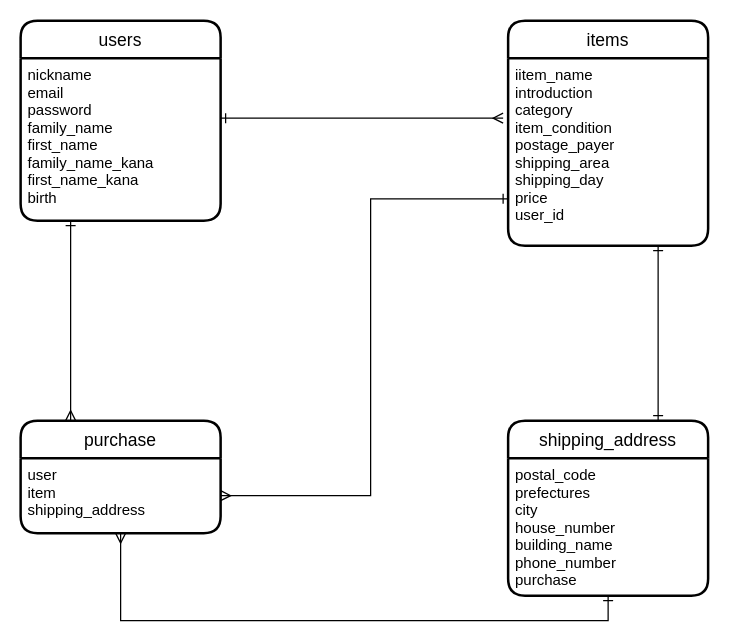
missa0205/furima-32101 keeps this draw.io diagram as furima.dio. Above is the earlier version. Source tidied: cells renumbered, new cells numbered last; positions are measured from the earlier drawing's top-left corner, leaving out a move shared by most shapes. Both pictures are drawn from the tidied source at 125%, with x=0, y=0 at pixel (20, 20).
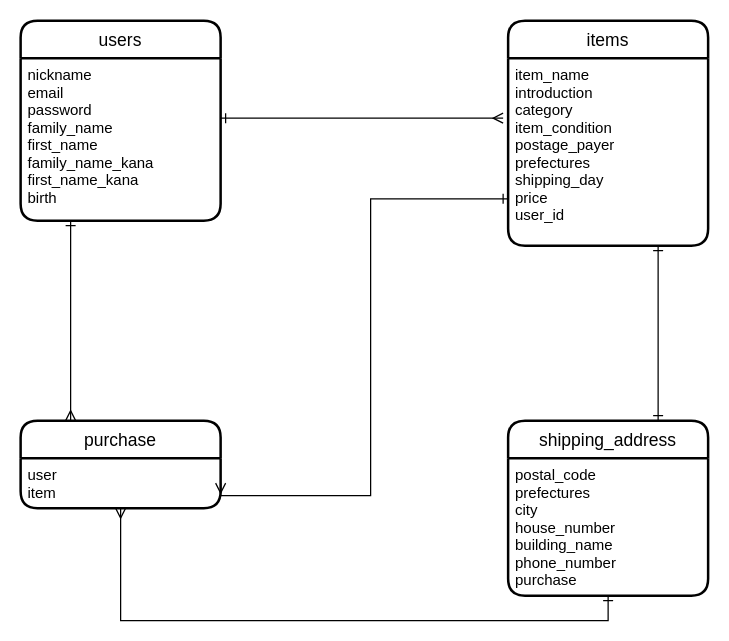
After the change.

Diff of the diagram source:
```diff
@@
 <mxGraphModel>
   <root>
     <mxCell id="0" />
     <mxCell id="1" parent="0" />
     <mxCell id="2" value="users" style="swimlane;horizontal=1;startSize=30;rounded=1;fontSize=14;fontStyle=0;strokeWidth=2;shadow=0;dashed=0;align=center;" parent="1" vertex="1">
       <mxGeometry width="160" height="160" as="geometry" />
     </mxCell>
     <mxCell id="3" value="nickname&#10;email&#10;password&#10;family_name&#10;first_name&#10;family_name_kana&#10;first_name_kana&#10;birth" style="align=left;strokeColor=none;fillColor=none;spacingLeft=4;fontSize=12;verticalAlign=top;" parent="2" vertex="1">
       <mxGeometry y="30" width="160" height="130" as="geometry" />
     </mxCell>
     <mxCell id="4" value="items" style="swimlane;horizontal=1;startSize=30;rounded=1;fontSize=14;fontStyle=0;strokeWidth=2;shadow=0;dashed=0;align=center;" parent="1" vertex="1">
       <mxGeometry x="390" width="160" height="180" as="geometry" />
     </mxCell>
-    <mxCell id="5" value="iitem_name&#10;introduction&#10;category&#10;item_condition&#10;postage_payer&#10;shipping_area&#10;shipping_day&#10;price&#10;user_id&#10;" style="align=left;strokeColor=none;fillColor=none;spacingLeft=4;fontSize=12;verticalAlign=top;" parent="4" vertex="1">
+    <mxCell id="5" value="item_name&#10;introduction&#10;category&#10;item_condition&#10;postage_payer&#10;prefectures&#10;shipping_day&#10;price&#10;user_id&#10;" style="align=left;strokeColor=none;fillColor=none;spacingLeft=4;fontSize=12;verticalAlign=top;" parent="4" vertex="1">
       <mxGeometry y="30" width="160" height="150" as="geometry" />
     </mxCell>
     <mxCell id="6" style="edgeStyle=entityRelationEdgeStyle;fontSize=12;html=1;endArrow=ERmany;entryX=-0.025;entryY=0.32;entryDx=0;entryDy=0;entryPerimeter=0;startArrow=ERone;startFill=0;endFill=0;" parent="1" edge="1" target="5">
       <mxGeometry relative="1" as="geometry">
         <mxPoint x="160" y="78" as="sourcePoint" />
       </mxGeometry>
     </mxCell>
     <mxCell id="7" style="edgeStyle=orthogonalEdgeStyle;rounded=0;jettySize=auto;html=1;entryX=0.25;entryY=0;entryDx=0;entryDy=0;startArrow=ERone;startFill=0;endArrow=ERmany;endFill=0;" parent="1" edge="1" source="3" target="8">
       <mxGeometry relative="1" as="geometry">
         <Array as="points">
           <mxPoint x="40" y="170" />
           <mxPoint x="40" y="170" />
         </Array>
       </mxGeometry>
     </mxCell>
     <mxCell id="8" value="purchase" style="swimlane;horizontal=1;startSize=30;rounded=1;fontSize=14;fontStyle=0;strokeWidth=2;shadow=0;dashed=0;align=center;" parent="1" vertex="1">
-      <mxGeometry y="320" width="160" height="90" as="geometry" />
+      <mxGeometry y="320" width="160" height="70" as="geometry" />
     </mxCell>
-    <mxCell id="9" value="user&#10;item&#10;shipping_address" style="align=left;strokeColor=none;fillColor=none;spacingLeft=4;fontSize=12;verticalAlign=top;" parent="8" vertex="1">
-      <mxGeometry y="30" width="160" height="60" as="geometry" />
+    <mxCell id="9" value="user&#10;item" style="align=left;strokeColor=none;fillColor=none;spacingLeft=4;fontSize=12;verticalAlign=top;" parent="8" vertex="1">
+      <mxGeometry y="30" width="160" height="40" as="geometry" />
     </mxCell>
     <mxCell id="10" style="edgeStyle=orthogonalEdgeStyle;rounded=0;jettySize=auto;html=1;exitX=0.75;exitY=0;exitDx=0;exitDy=0;entryX=0.75;entryY=1;entryDx=0;entryDy=0;startArrow=ERone;startFill=0;endArrow=ERone;endFill=0;" parent="1" edge="1" source="11" target="5">
       <mxGeometry relative="1" as="geometry" />
     </mxCell>
     <mxCell id="11" value="shipping_address" style="swimlane;horizontal=1;startSize=30;rounded=1;fontSize=14;fontStyle=0;strokeWidth=2;shadow=0;dashed=0;align=center;" parent="1" vertex="1">
       <mxGeometry x="390" y="320" width="160" height="140" as="geometry" />
     </mxCell>
     <mxCell id="12" value="postal_code&#10;prefectures&#10;city&#10;house_number&#10;building_name&#10;phone_number&#10;purchase" style="align=left;strokeColor=none;fillColor=none;spacingLeft=4;fontSize=12;verticalAlign=top;" parent="11" vertex="1">
       <mxGeometry y="30" width="160" height="110" as="geometry" />
     </mxCell>
     <mxCell id="13" style="edgeStyle=orthogonalEdgeStyle;rounded=0;jettySize=auto;html=1;exitX=1;exitY=0.5;exitDx=0;exitDy=0;entryX=0;entryY=0.75;entryDx=0;entryDy=0;startArrow=ERmany;startFill=0;endArrow=ERone;endFill=0;" parent="1" edge="1" source="9" target="5">
       <mxGeometry relative="1" as="geometry">
         <Array as="points">
           <mxPoint x="280" y="380" />
           <mxPoint x="280" y="143" />
         </Array>
       </mxGeometry>
     </mxCell>
     <mxCell id="14" style="edgeStyle=orthogonalEdgeStyle;rounded=0;jettySize=auto;html=1;exitX=0.5;exitY=1;exitDx=0;exitDy=0;entryX=0.5;entryY=1;entryDx=0;entryDy=0;startArrow=ERone;startFill=0;endArrow=ERmany;endFill=0;" parent="1" edge="1" source="12" target="9">
       <mxGeometry relative="1" as="geometry" />
     </mxCell>
   </root>
 </mxGraphModel>
```
